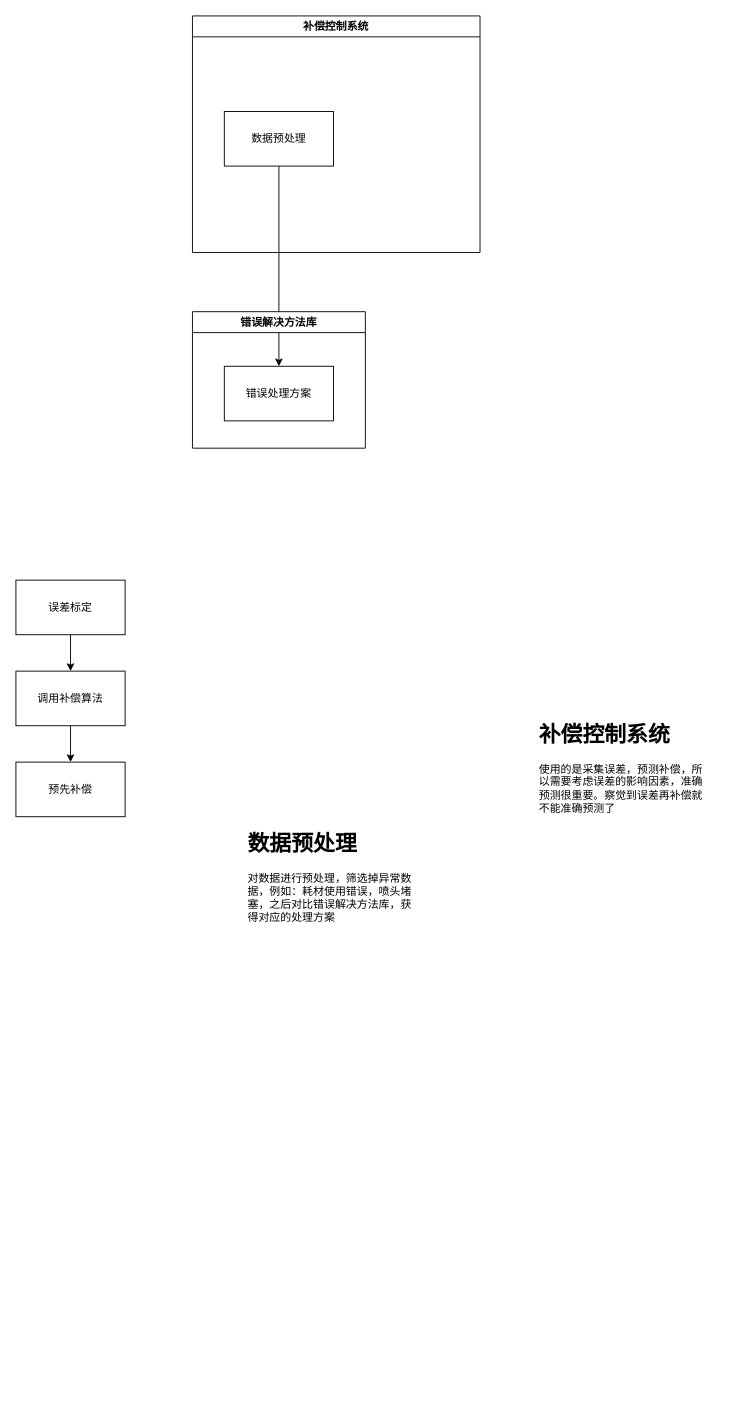
Earlier version of the draw.io diagram 补偿控制系统.drawio (wjaswdd/draw.io). Source tidied: cells renumbered, new cells numbered last; positions are measured from the earlier drawing's top-left corner, leaving out a move shared by most shapes. Both pictures are drawn from the tidied source at 91%, with x=0, y=0 at pixel (15, 15).
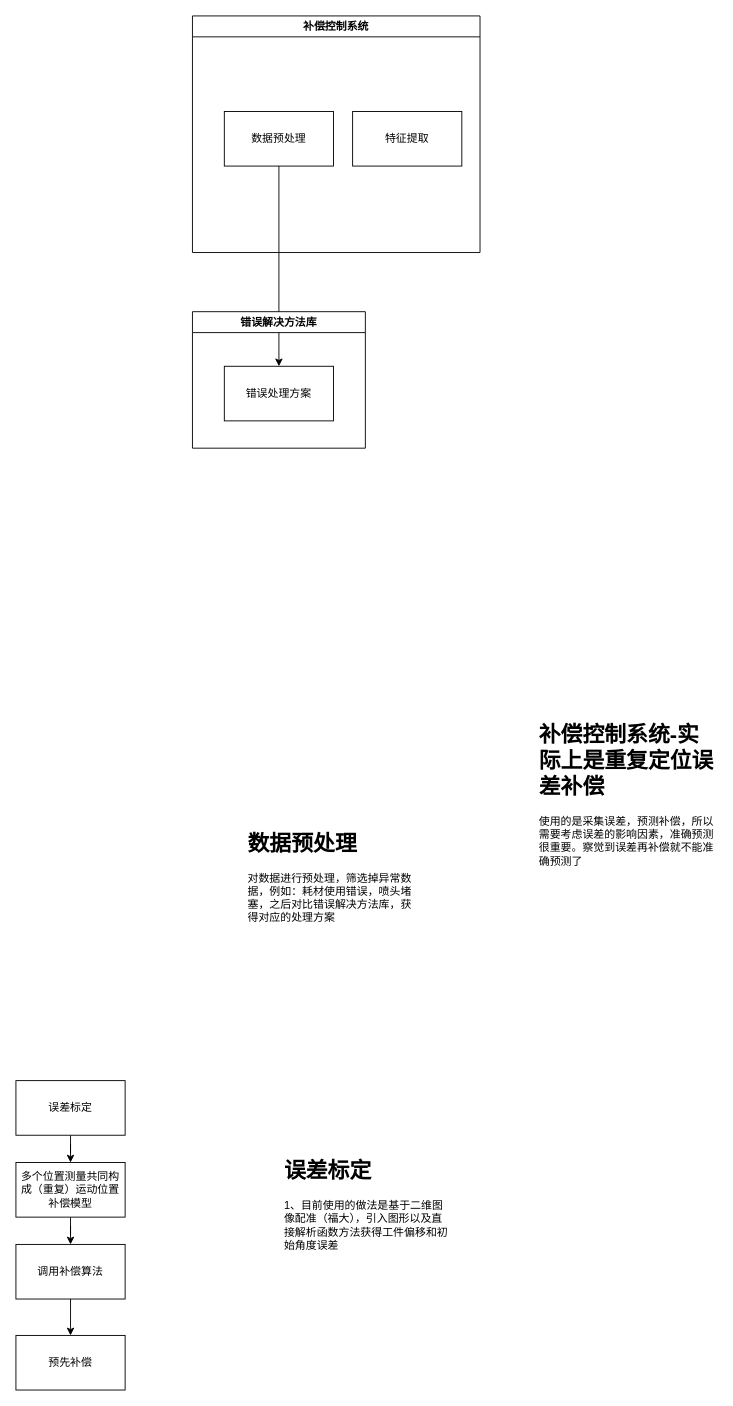
The same diagram, later.

Commit message (it also covers changes not shown here):
更新补偿控制系统.drawio

What changed in the source:
```diff
@@
 <mxGraphModel>
   <root>
     <mxCell id="0" />
     <mxCell id="1" parent="0" />
-    <mxCell id="2" value="&lt;h1&gt;补偿控制系统&lt;/h1&gt;&lt;div&gt;使用的是采集误差，预测补偿，所以需要考虑误差的影响因素，准确预测很重要。察觉到误差再补偿就不能准确预测了&lt;/div&gt;" style="text;html=1;strokeColor=none;fillColor=none;spacing=5;spacingTop=-20;whiteSpace=wrap;overflow=hidden;rounded=0;" parent="1" vertex="1">
-      <mxGeometry x="570" y="770" width="190" height="120" as="geometry" />
+    <mxCell id="2" value="&lt;h1&gt;补偿控制系统-实际上是重复定位误差补偿&lt;/h1&gt;&lt;div&gt;使用的是采集误差，预测补偿，所以需要考虑误差的影响因素，准确预测很重要。察觉到误差再补偿就不能准确预测了&lt;/div&gt;" style="text;html=1;strokeColor=none;fillColor=none;spacing=5;spacingTop=-20;whiteSpace=wrap;overflow=hidden;rounded=0;" parent="1" vertex="1">
+      <mxGeometry x="570" y="770" width="200" height="200" as="geometry" />
     </mxCell>
     <mxCell id="3" value="补偿控制系统" style="swimlane;whiteSpace=wrap;html=1;" parent="1" vertex="1">
       <mxGeometry x="194" width="316" height="260" as="geometry" />
     </mxCell>
     <mxCell id="4" value="数据预处理" style="rounded=0;whiteSpace=wrap;html=1;" parent="3" vertex="1">
       <mxGeometry x="35" y="105" width="120" height="60" as="geometry" />
     </mxCell>
+    <mxCell id="14" value="特征提取" style="rounded=0;whiteSpace=wrap;html=1;" parent="3" vertex="1">
+      <mxGeometry x="176" y="105" width="120" height="60" as="geometry" />
+    </mxCell>
     <mxCell id="5" value="&lt;h1&gt;数据预处理&lt;/h1&gt;&lt;div&gt;对数据进行预处理，筛选掉异常数据，例如：耗材使用错误，喷头堵塞，之后对比错误解决方法库，获得对应的处理方案&lt;/div&gt;" style="text;html=1;strokeColor=none;fillColor=none;spacing=5;spacingTop=-20;whiteSpace=wrap;overflow=hidden;rounded=0;" parent="1" vertex="1">
       <mxGeometry x="250" y="890" width="190" height="120" as="geometry" />
     </mxCell>
     <mxCell id="6" style="edgeStyle=orthogonalEdgeStyle;rounded=0;jettySize=auto;html=1;" parent="1" edge="1" source="4" target="8">
       <mxGeometry relative="1" as="geometry" />
     </mxCell>
     <mxCell id="7" value="错误解决方法库" style="swimlane;whiteSpace=wrap;html=1;" parent="1" vertex="1">
       <mxGeometry x="194" y="325" width="190" height="150" as="geometry" />
     </mxCell>
     <mxCell id="8" value="错误处理方案" style="rounded=0;whiteSpace=wrap;html=1;" parent="7" vertex="1">
       <mxGeometry x="35" y="60" width="120" height="60" as="geometry" />
     </mxCell>
-    <mxCell id="9" style="edgeStyle=orthogonalEdgeStyle;rounded=0;jettySize=auto;html=1;" parent="1" edge="1" source="10" target="13">
-      <mxGeometry relative="1" as="geometry" />
-    </mxCell>
+    <mxCell id="15" style="edgeStyle=orthogonalEdgeStyle;rounded=0;jettySize=auto;html=1;" parent="1" edge="1" source="10" target="17">
+      <mxGeometry relative="1" as="geometry" />
+    </mxCell>
     <mxCell id="10" value="误差标定" style="rounded=0;whiteSpace=wrap;html=1;" parent="1" vertex="1">
-      <mxGeometry y="620" width="120" height="60" as="geometry" />
+      <mxGeometry y="1170" width="120" height="60" as="geometry" />
     </mxCell>
     <mxCell id="11" value="预先补偿" style="rounded=0;whiteSpace=wrap;html=1;" parent="1" vertex="1">
-      <mxGeometry y="820" width="120" height="60" as="geometry" />
+      <mxGeometry y="1450" width="120" height="60" as="geometry" />
     </mxCell>
     <mxCell id="12" style="edgeStyle=orthogonalEdgeStyle;rounded=0;jettySize=auto;html=1;" parent="1" edge="1" source="13" target="11">
       <mxGeometry relative="1" as="geometry" />
     </mxCell>
     <mxCell id="13" value="调用补偿算法" style="rounded=0;whiteSpace=wrap;html=1;" parent="1" vertex="1">
-      <mxGeometry y="720" width="120" height="60" as="geometry" />
+      <mxGeometry y="1350" width="120" height="60" as="geometry" />
     </mxCell>
+    <mxCell id="16" style="edgeStyle=orthogonalEdgeStyle;rounded=0;jettySize=auto;html=1;" parent="1" edge="1" source="17" target="13">
+      <mxGeometry relative="1" as="geometry" />
+    </mxCell>
+    <mxCell id="17" value="多个位置测量共同构成（重复）运动位置补偿模型" style="rounded=0;whiteSpace=wrap;html=1;" parent="1" vertex="1">
+      <mxGeometry y="1260" width="120" height="60" as="geometry" />
+    </mxCell>
+    <mxCell id="18" value="&lt;h1&gt;误差标定&lt;/h1&gt;&lt;div&gt;1、目前使用的做法是基于二维图像配准（福大），引入图形以及直接解析函数方法获得工件偏移和初始角度误差&lt;/div&gt;" style="text;html=1;strokeColor=none;fillColor=none;spacing=5;spacingTop=-20;whiteSpace=wrap;overflow=hidden;rounded=0;" parent="1" vertex="1">
+      <mxGeometry x="290" y="1250" width="190" height="120" as="geometry" />
+    </mxCell>
   </root>
 </mxGraphModel>
```
